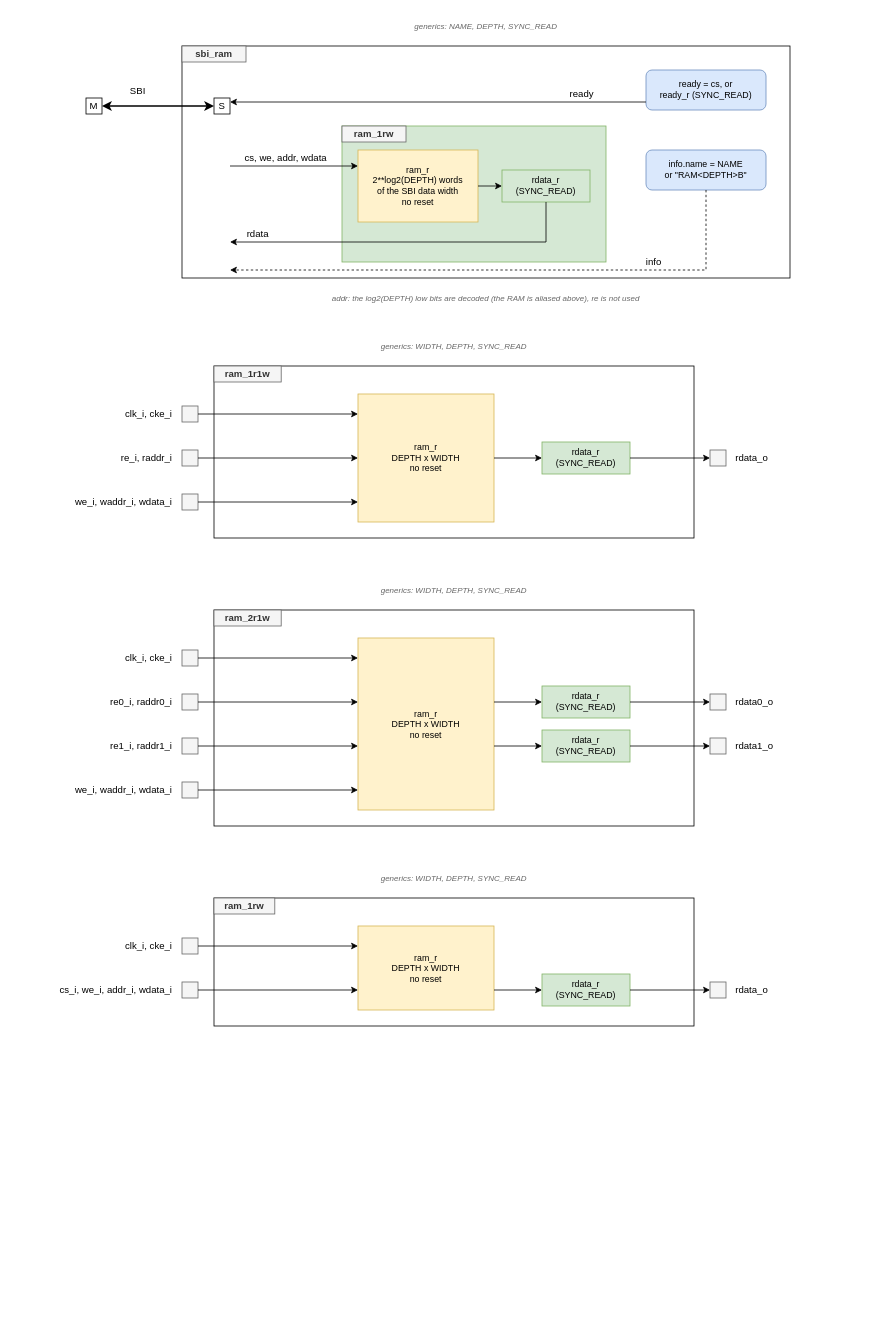
Before: doc/ram.drawio in deuskane/asylum-component-ram, a draw.io diagram. Source tidied: cells renumbered, new cells numbered last; positions are measured from the earlier drawing's top-left corner, leaving out a move shared by most shapes. Both pictures are drawn from the tidied source at 80%, with x=0, y=0 at pixel (14, 14).
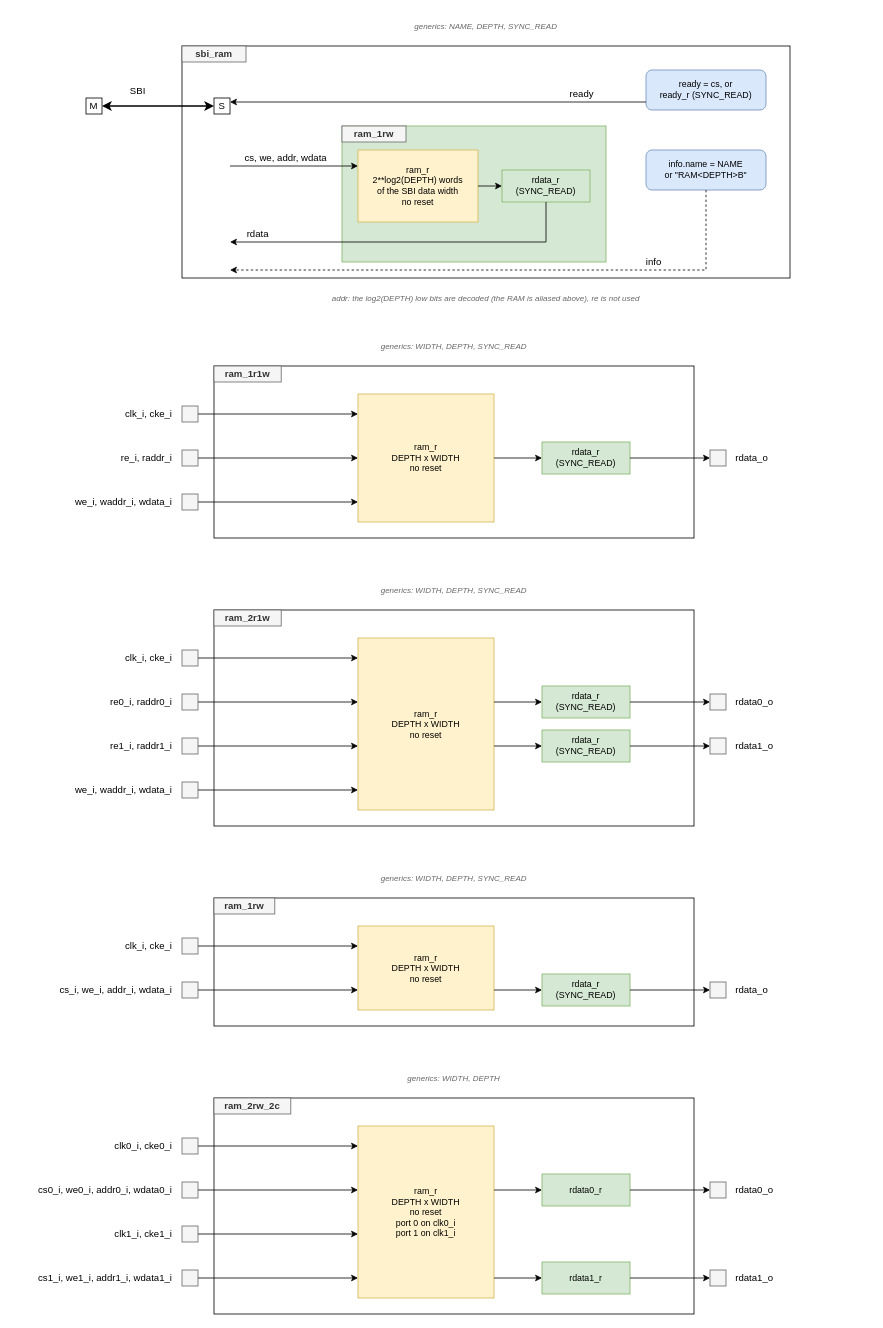
After the change.

Commit message (it also covers changes not shown here):
RAM - README : ram_2rw_2c (interfaces, two clocks and collisions, block RAM figures, sky130 and yosys_synth limits, tb_ram_2rw_2c scenarios and targets), block diagram

What changed in the source:
```diff
@@
+    <mxCell id="84" value="generics: WIDTH, DEPTH" style="text;html=1;whiteSpace=wrap;strokeColor=none;fillColor=none;verticalAlign=middle;rounded=0;fontSize=10;fontColor=#666666;fontStyle=2;align=center;" parent="1" vertex="1">
+      <mxGeometry x="250" y="1315" width="600" height="30" as="geometry" />
+    </mxCell>
+    <mxCell id="85" style="rounded=0;whiteSpace=wrap;html=1;" parent="1" vertex="1">
+      <mxGeometry x="250" y="1355" width="600" height="270" as="geometry" />
+    </mxCell>
+    <mxCell id="86" value="ram_2rw_2c" style="rounded=0;whiteSpace=wrap;html=1;fontStyle=1;fillColor=#f5f5f5;fontColor=#333333;strokeColor=#666666;" parent="1" vertex="1">
+      <mxGeometry x="250" y="1355" width="96" height="20" as="geometry" />
+    </mxCell>
+    <mxCell id="87" value="ram_r&lt;br&gt;DEPTH x WIDTH&lt;br&gt;no reset&lt;br&gt;port 0 on clk0_i&lt;br&gt;port 1 on clk1_i" style="rounded=0;whiteSpace=wrap;html=1;fontSize=11;fillColor=#fff2cc;strokeColor=#d6b656;" parent="1" vertex="1">
+      <mxGeometry x="430" y="1390" width="170" height="215" as="geometry" />
+    </mxCell>
+    <mxCell id="88" value="clk0_i, cke0_i" style="text;html=1;whiteSpace=wrap;strokeColor=none;fillColor=none;verticalAlign=middle;rounded=0;align=right;" parent="1" vertex="1">
+      <mxGeometry y="1400" width="200" height="30" as="geometry" />
+    </mxCell>
+    <mxCell id="89" style="rounded=0;whiteSpace=wrap;html=1;fillColor=#f5f5f5;fontColor=#333333;strokeColor=#666666;" parent="1" vertex="1">
+      <mxGeometry x="210" y="1405" width="20" height="20" as="geometry" />
+    </mxCell>
+    <mxCell id="90" style="edgeStyle=orthogonalEdgeStyle;rounded=0;html=1;" parent="1" edge="1">
+      <mxGeometry relative="1" as="geometry">
+        <mxPoint x="230" y="1415" as="sourcePoint" />
+        <mxPoint x="430" y="1415" as="targetPoint" />
+      </mxGeometry>
+    </mxCell>
+    <mxCell id="91" value="cs0_i, we0_i, addr0_i, wdata0_i" style="text;html=1;whiteSpace=wrap;strokeColor=none;fillColor=none;verticalAlign=middle;rounded=0;align=right;" parent="1" vertex="1">
+      <mxGeometry y="1455" width="200" height="30" as="geometry" />
+    </mxCell>
+    <mxCell id="92" style="rounded=0;whiteSpace=wrap;html=1;fillColor=#f5f5f5;fontColor=#333333;strokeColor=#666666;" parent="1" vertex="1">
+      <mxGeometry x="210" y="1460" width="20" height="20" as="geometry" />
+    </mxCell>
+    <mxCell id="93" style="edgeStyle=orthogonalEdgeStyle;rounded=0;html=1;" parent="1" edge="1">
+      <mxGeometry relative="1" as="geometry">
+        <mxPoint x="230" y="1470" as="sourcePoint" />
+        <mxPoint x="430" y="1470" as="targetPoint" />
+      </mxGeometry>
+    </mxCell>
+    <mxCell id="94" value="rdata0_r" style="rounded=0;whiteSpace=wrap;html=1;fontSize=11;fillColor=#d5e8d4;strokeColor=#82b366;" parent="1" vertex="1">
+      <mxGeometry x="660" y="1450" width="110" height="40" as="geometry" />
+    </mxCell>
+    <mxCell id="95" style="edgeStyle=orthogonalEdgeStyle;rounded=0;html=1;" parent="1" edge="1">
+      <mxGeometry relative="1" as="geometry">
+        <mxPoint x="600" y="1470" as="sourcePoint" />
+        <mxPoint x="660" y="1470" as="targetPoint" />
+      </mxGeometry>
+    </mxCell>
+    <mxCell id="96" style="rounded=0;whiteSpace=wrap;html=1;fillColor=#f5f5f5;fontColor=#333333;strokeColor=#666666;" parent="1" vertex="1">
+      <mxGeometry x="870" y="1460" width="20" height="20" as="geometry" />
+    </mxCell>
+    <mxCell id="97" style="edgeStyle=orthogonalEdgeStyle;rounded=0;html=1;" parent="1" edge="1">
+      <mxGeometry relative="1" as="geometry">
+        <mxPoint x="770" y="1470" as="sourcePoint" />
+        <mxPoint x="870" y="1470" as="targetPoint" />
+      </mxGeometry>
+    </mxCell>
+    <mxCell id="98" value="rdata0_o" style="text;html=1;whiteSpace=wrap;strokeColor=none;fillColor=none;verticalAlign=middle;rounded=0;align=left;" parent="1" vertex="1">
+      <mxGeometry x="900" y="1455" width="170" height="30" as="geometry" />
+    </mxCell>
+    <mxCell id="99" value="clk1_i, cke1_i" style="text;html=1;whiteSpace=wrap;strokeColor=none;fillColor=none;verticalAlign=middle;rounded=0;align=right;" parent="1" vertex="1">
+      <mxGeometry y="1510" width="200" height="30" as="geometry" />
+    </mxCell>
+    <mxCell id="100" style="rounded=0;whiteSpace=wrap;html=1;fillColor=#f5f5f5;fontColor=#333333;strokeColor=#666666;" parent="1" vertex="1">
+      <mxGeometry x="210" y="1515" width="20" height="20" as="geometry" />
+    </mxCell>
+    <mxCell id="101" style="edgeStyle=orthogonalEdgeStyle;rounded=0;html=1;" parent="1" edge="1">
+      <mxGeometry relative="1" as="geometry">
+        <mxPoint x="230" y="1525" as="sourcePoint" />
+        <mxPoint x="430" y="1525" as="targetPoint" />
+      </mxGeometry>
+    </mxCell>
+    <mxCell id="102" value="cs1_i, we1_i, addr1_i, wdata1_i" style="text;html=1;whiteSpace=wrap;strokeColor=none;fillColor=none;verticalAlign=middle;rounded=0;align=right;" parent="1" vertex="1">
+      <mxGeometry y="1565" width="200" height="30" as="geometry" />
+    </mxCell>
+    <mxCell id="103" style="rounded=0;whiteSpace=wrap;html=1;fillColor=#f5f5f5;fontColor=#333333;strokeColor=#666666;" parent="1" vertex="1">
+      <mxGeometry x="210" y="1570" width="20" height="20" as="geometry" />
+    </mxCell>
+    <mxCell id="104" style="edgeStyle=orthogonalEdgeStyle;rounded=0;html=1;" parent="1" edge="1">
+      <mxGeometry relative="1" as="geometry">
+        <mxPoint x="230" y="1580" as="sourcePoint" />
+        <mxPoint x="430" y="1580" as="targetPoint" />
+      </mxGeometry>
+    </mxCell>
+    <mxCell id="105" value="rdata1_r" style="rounded=0;whiteSpace=wrap;html=1;fontSize=11;fillColor=#d5e8d4;strokeColor=#82b366;" parent="1" vertex="1">
+      <mxGeometry x="660" y="1560" width="110" height="40" as="geometry" />
+    </mxCell>
+    <mxCell id="106" style="edgeStyle=orthogonalEdgeStyle;rounded=0;html=1;" parent="1" edge="1">
+      <mxGeometry relative="1" as="geometry">
+        <mxPoint x="600" y="1580" as="sourcePoint" />
+        <mxPoint x="660" y="1580" as="targetPoint" />
+      </mxGeometry>
+    </mxCell>
+    <mxCell id="107" style="rounded=0;whiteSpace=wrap;html=1;fillColor=#f5f5f5;fontColor=#333333;strokeColor=#666666;" parent="1" vertex="1">
+      <mxGeometry x="870" y="1570" width="20" height="20" as="geometry" />
+    </mxCell>
+    <mxCell id="108" style="edgeStyle=orthogonalEdgeStyle;rounded=0;html=1;" parent="1" edge="1">
+      <mxGeometry relative="1" as="geometry">
+        <mxPoint x="770" y="1580" as="sourcePoint" />
+        <mxPoint x="870" y="1580" as="targetPoint" />
+      </mxGeometry>
+    </mxCell>
+    <mxCell id="109" value="rdata1_o" style="text;html=1;whiteSpace=wrap;strokeColor=none;fillColor=none;verticalAlign=middle;rounded=0;align=left;" parent="1" vertex="1">
+      <mxGeometry x="900" y="1565" width="170" height="30" as="geometry" />
+    </mxCell>
```
